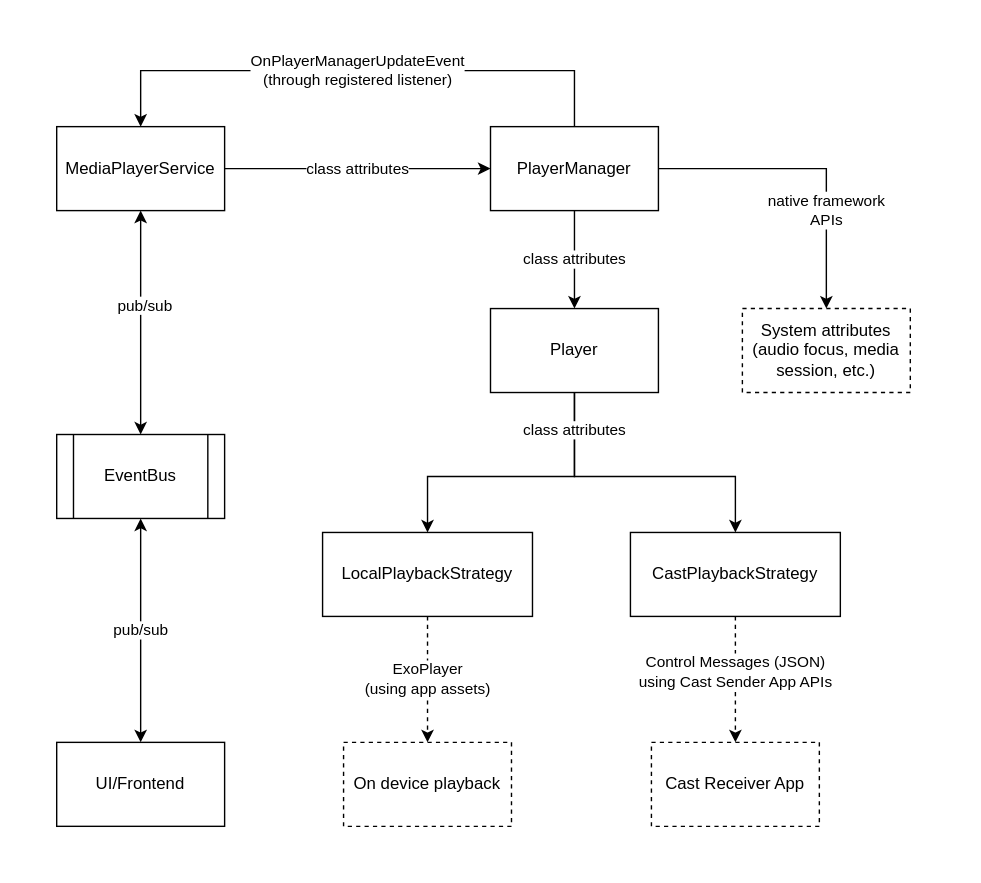
Earlier version of the draw.io export docs/assets/android-app-architecture.svg (trynoice/android-app). Source tidied: cells renumbered, new cells last; positions are measured from the earlier drawing's top-left corner, leaving out a move shared by most shapes. The source it was exported from:
```xml
<mxGraphModel>
  <root>
    <mxCell id="0" />
    <mxCell id="1" parent="0" />
    <mxCell id="2" style="rounded=0;whiteSpace=wrap;html=1;fillColor=none;strokeColor=none;" parent="1" vertex="1">
      <mxGeometry width="700" height="630" as="geometry" />
    </mxCell>
    <mxCell id="3" value="pub/sub" style="edgeStyle=orthogonalEdgeStyle;rounded=0;jettySize=auto;html=1;entryX=0.5;entryY=0;entryDx=0;entryDy=0;startArrow=classic;startFill=1;" parent="1" edge="1" source="4" target="9">
      <mxGeometry relative="1" as="geometry" />
    </mxCell>
    <mxCell id="4" value="EventBus" style="shape=process;whiteSpace=wrap;html=1;backgroundOutline=1;" parent="1" vertex="1">
      <mxGeometry x="40" y="310" width="120" height="60" as="geometry" />
    </mxCell>
    <mxCell id="5" style="edgeStyle=orthogonalEdgeStyle;rounded=0;jettySize=auto;html=1;entryX=0.5;entryY=0;entryDx=0;entryDy=0;startArrow=classic;startFill=1;" parent="1" edge="1" source="8" target="4">
      <mxGeometry relative="1" as="geometry" />
    </mxCell>
    <mxCell id="6" value="pub/sub" style="edgeLabel;html=1;align=center;verticalAlign=middle;" parent="5" vertex="1">
      <mxGeometry x="-0.16" y="2" relative="1" as="geometry" />
    </mxCell>
    <mxCell id="7" value="class attributes" style="edgeStyle=orthogonalEdgeStyle;rounded=0;jettySize=auto;html=1;entryX=0;entryY=0.5;entryDx=0;entryDy=0;startArrow=none;startFill=0;" parent="1" edge="1" source="8" target="13">
      <mxGeometry relative="1" as="geometry" />
    </mxCell>
    <mxCell id="8" value="MediaPlayerService" style="rounded=0;whiteSpace=wrap;html=1;" parent="1" vertex="1">
      <mxGeometry x="40" y="90" width="120" height="60" as="geometry" />
    </mxCell>
    <mxCell id="9" value="UI/Frontend" style="rounded=0;whiteSpace=wrap;html=1;" parent="1" vertex="1">
      <mxGeometry x="40" y="530" width="120" height="60" as="geometry" />
    </mxCell>
    <mxCell id="10" value="OnPlayerManagerUpdateEvent&lt;br&gt;(through registered listener)" style="edgeStyle=orthogonalEdgeStyle;rounded=0;jettySize=auto;html=1;entryX=0.5;entryY=0;entryDx=0;entryDy=0;startArrow=none;startFill=0;" parent="1" edge="1" source="13" target="8">
      <mxGeometry relative="1" as="geometry">
        <Array as="points">
          <mxPoint x="410" y="50" />
          <mxPoint x="100" y="50" />
        </Array>
      </mxGeometry>
    </mxCell>
    <mxCell id="11" value="class attributes" style="edgeStyle=orthogonalEdgeStyle;rounded=0;jettySize=auto;html=1;entryX=0.5;entryY=0;entryDx=0;entryDy=0;startArrow=none;startFill=0;" parent="1" edge="1" source="13" target="16">
      <mxGeometry relative="1" as="geometry" />
    </mxCell>
    <mxCell id="12" value="native framework&lt;br&gt;APIs" style="edgeStyle=orthogonalEdgeStyle;rounded=0;jettySize=auto;html=1;entryX=0.5;entryY=0;entryDx=0;entryDy=0;startArrow=none;startFill=0;" parent="1" edge="1" source="13" target="23">
      <mxGeometry x="0.09" y="-30" relative="1" as="geometry">
        <Array as="points">
          <mxPoint x="590" y="120" />
        </Array>
        <mxPoint x="30" y="30" as="offset" />
      </mxGeometry>
    </mxCell>
    <mxCell id="13" value="PlayerManager" style="rounded=0;whiteSpace=wrap;html=1;" parent="1" vertex="1">
      <mxGeometry x="350" y="90" width="120" height="60" as="geometry" />
    </mxCell>
    <mxCell id="14" style="edgeStyle=orthogonalEdgeStyle;rounded=0;jettySize=auto;html=1;startArrow=none;startFill=0;" parent="1" edge="1" source="16" target="18">
      <mxGeometry relative="1" as="geometry">
        <Array as="points">
          <mxPoint x="410" y="340" />
          <mxPoint x="305" y="340" />
        </Array>
      </mxGeometry>
    </mxCell>
    <mxCell id="15" value="class attributes" style="edgeStyle=orthogonalEdgeStyle;rounded=0;jettySize=auto;html=1;entryX=0.5;entryY=0;entryDx=0;entryDy=0;startArrow=none;startFill=0;" parent="1" edge="1" source="16" target="20">
      <mxGeometry x="-0.74" relative="1" as="geometry">
        <Array as="points">
          <mxPoint x="410" y="340" />
          <mxPoint x="525" y="340" />
        </Array>
      </mxGeometry>
    </mxCell>
    <mxCell id="16" value="Player" style="rounded=0;whiteSpace=wrap;html=1;" parent="1" vertex="1">
      <mxGeometry x="350" y="220" width="120" height="60" as="geometry" />
    </mxCell>
    <mxCell id="17" value="ExoPlayer&lt;br&gt;(using app assets)" style="edgeStyle=orthogonalEdgeStyle;rounded=0;jettySize=auto;html=1;entryX=0.5;entryY=0;entryDx=0;entryDy=0;dashed=1;startArrow=none;startFill=0;" parent="1" edge="1" source="18" target="22">
      <mxGeometry relative="1" as="geometry" />
    </mxCell>
    <mxCell id="18" value="LocalPlaybackStrategy" style="rounded=0;whiteSpace=wrap;html=1;" parent="1" vertex="1">
      <mxGeometry x="230" y="380" width="150" height="60" as="geometry" />
    </mxCell>
    <mxCell id="19" value="Control Messages (JSON)&lt;br&gt;using Cast Sender App APIs" style="edgeStyle=orthogonalEdgeStyle;rounded=0;jettySize=auto;html=1;entryX=0.5;entryY=0;entryDx=0;entryDy=0;startArrow=none;startFill=0;dashed=1;" parent="1" edge="1" source="20" target="21">
      <mxGeometry x="-0.11" relative="1" as="geometry" />
    </mxCell>
    <mxCell id="20" value="CastPlaybackStrategy" style="rounded=0;whiteSpace=wrap;html=1;" parent="1" vertex="1">
      <mxGeometry x="450" y="380" width="150" height="60" as="geometry" />
    </mxCell>
    <mxCell id="21" value="Cast Receiver App" style="rounded=0;whiteSpace=wrap;html=1;dashed=1;" parent="1" vertex="1">
      <mxGeometry x="465" y="530" width="120" height="60" as="geometry" />
    </mxCell>
    <mxCell id="22" value="On device playback" style="rounded=0;whiteSpace=wrap;html=1;dashed=1;" parent="1" vertex="1">
      <mxGeometry x="245" y="530" width="120" height="60" as="geometry" />
    </mxCell>
    <mxCell id="23" value="System attributes&lt;br&gt;(audio focus, media session, etc.)" style="rounded=0;whiteSpace=wrap;html=1;dashed=1;" parent="1" vertex="1">
      <mxGeometry x="530" y="220" width="120" height="60" as="geometry" />
    </mxCell>
  </root>
</mxGraphModel>
```
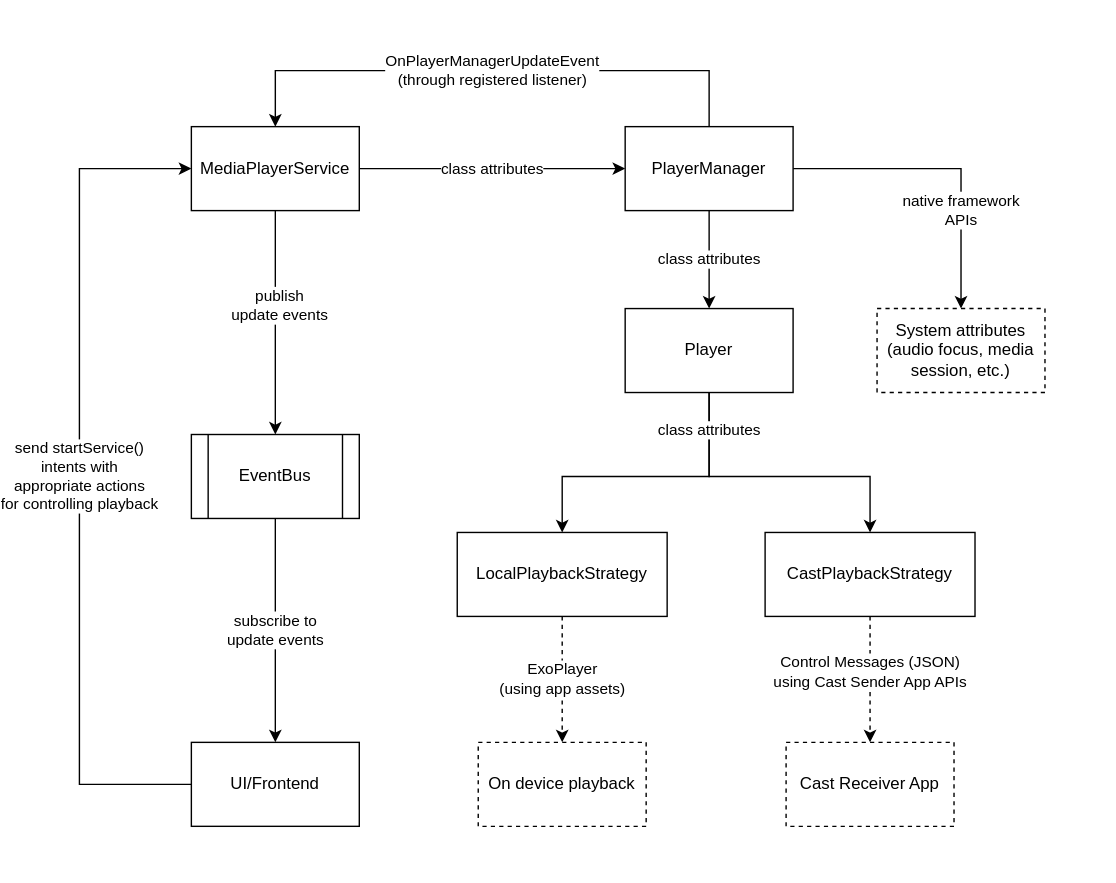
After the change.

What changed in the source:
```diff
@@ -5,16 +5,16 @@
     <mxCell id="2" style="rounded=0;whiteSpace=wrap;html=1;fillColor=none;strokeColor=none;" parent="1" vertex="1">
       <mxGeometry width="700" height="630" as="geometry" />
     </mxCell>
-    <mxCell id="3" value="pub/sub" style="edgeStyle=orthogonalEdgeStyle;rounded=0;jettySize=auto;html=1;entryX=0.5;entryY=0;entryDx=0;entryDy=0;startArrow=classic;startFill=1;" parent="1" edge="1" source="4" target="9">
+    <mxCell id="3" value="&lt;div&gt;subscribe to&lt;/div&gt;&lt;div&gt;update events&lt;br&gt;&lt;/div&gt;" style="edgeStyle=orthogonalEdgeStyle;rounded=0;jettySize=auto;html=1;entryX=0.5;entryY=0;entryDx=0;entryDy=0;startArrow=none;startFill=0;" parent="1" edge="1" source="4" target="9">
       <mxGeometry relative="1" as="geometry" />
     </mxCell>
     <mxCell id="4" value="EventBus" style="shape=process;whiteSpace=wrap;html=1;backgroundOutline=1;" parent="1" vertex="1">
       <mxGeometry x="40" y="310" width="120" height="60" as="geometry" />
     </mxCell>
-    <mxCell id="5" style="edgeStyle=orthogonalEdgeStyle;rounded=0;jettySize=auto;html=1;entryX=0.5;entryY=0;entryDx=0;entryDy=0;startArrow=classic;startFill=1;" parent="1" edge="1" source="8" target="4">
+    <mxCell id="5" style="edgeStyle=orthogonalEdgeStyle;rounded=0;jettySize=auto;html=1;entryX=0.5;entryY=0;entryDx=0;entryDy=0;startArrow=none;startFill=0;" parent="1" edge="1" source="8" target="4">
       <mxGeometry relative="1" as="geometry" />
     </mxCell>
-    <mxCell id="6" value="pub/sub" style="edgeLabel;html=1;align=center;verticalAlign=middle;" parent="5" vertex="1">
+    <mxCell id="6" value="&lt;div&gt;publish&lt;/div&gt;&lt;div&gt;update events&lt;/div&gt;" style="edgeLabel;html=1;align=center;verticalAlign=middle;" parent="5" vertex="1">
       <mxGeometry x="-0.16" y="2" relative="1" as="geometry" />
     </mxCell>
     <mxCell id="7" value="class attributes" style="edgeStyle=orthogonalEdgeStyle;rounded=0;jettySize=auto;html=1;entryX=0;entryY=0.5;entryDx=0;entryDy=0;startArrow=none;startFill=0;" parent="1" edge="1" source="8" target="13">
@@ -23,6 +23,14 @@
     <mxCell id="8" value="MediaPlayerService" style="rounded=0;whiteSpace=wrap;html=1;" parent="1" vertex="1">
       <mxGeometry x="40" y="90" width="120" height="60" as="geometry" />
     </mxCell>
+    <mxCell id="24" value="&lt;div&gt;send startService()&lt;/div&gt;&lt;div&gt;intents with&lt;/div&gt;&lt;div&gt;appropriate actions&lt;/div&gt;&lt;div&gt;for controlling playback&lt;br&gt;&lt;/div&gt;" style="edgeStyle=orthogonalEdgeStyle;rounded=0;jettySize=auto;html=1;entryX=0;entryY=0.5;entryDx=0;entryDy=0;" parent="1" edge="1" source="9" target="8">
+      <mxGeometry relative="1" as="geometry">
+        <Array as="points">
+          <mxPoint x="-40" y="560" />
+          <mxPoint x="-40" y="120" />
+        </Array>
+      </mxGeometry>
+    </mxCell>
     <mxCell id="9" value="UI/Frontend" style="rounded=0;whiteSpace=wrap;html=1;" parent="1" vertex="1">
       <mxGeometry x="40" y="530" width="120" height="60" as="geometry" />
     </mxCell>
```
